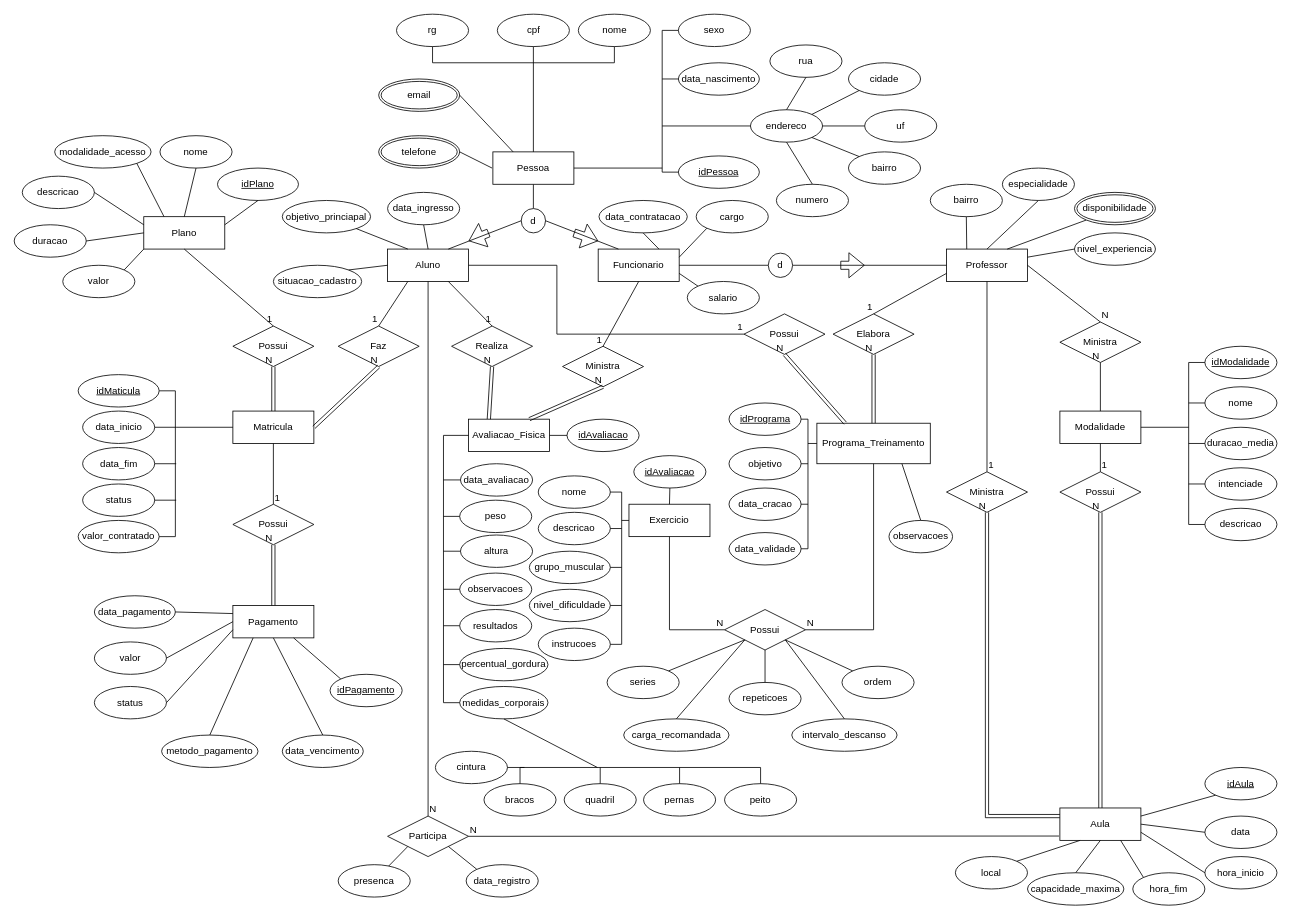
Before: EER_Academia.drawio in NickPotato/Trabalho-A3---Banco-de-Dados, a draw.io diagram. Source tidied: cells renumbered, new cells numbered last; positions are measured from the earlier drawing's top-left corner, leaving out a move shared by most shapes. Both pictures are drawn from the tidied source at 81%, with x=0, y=0 at pixel (14, 14).
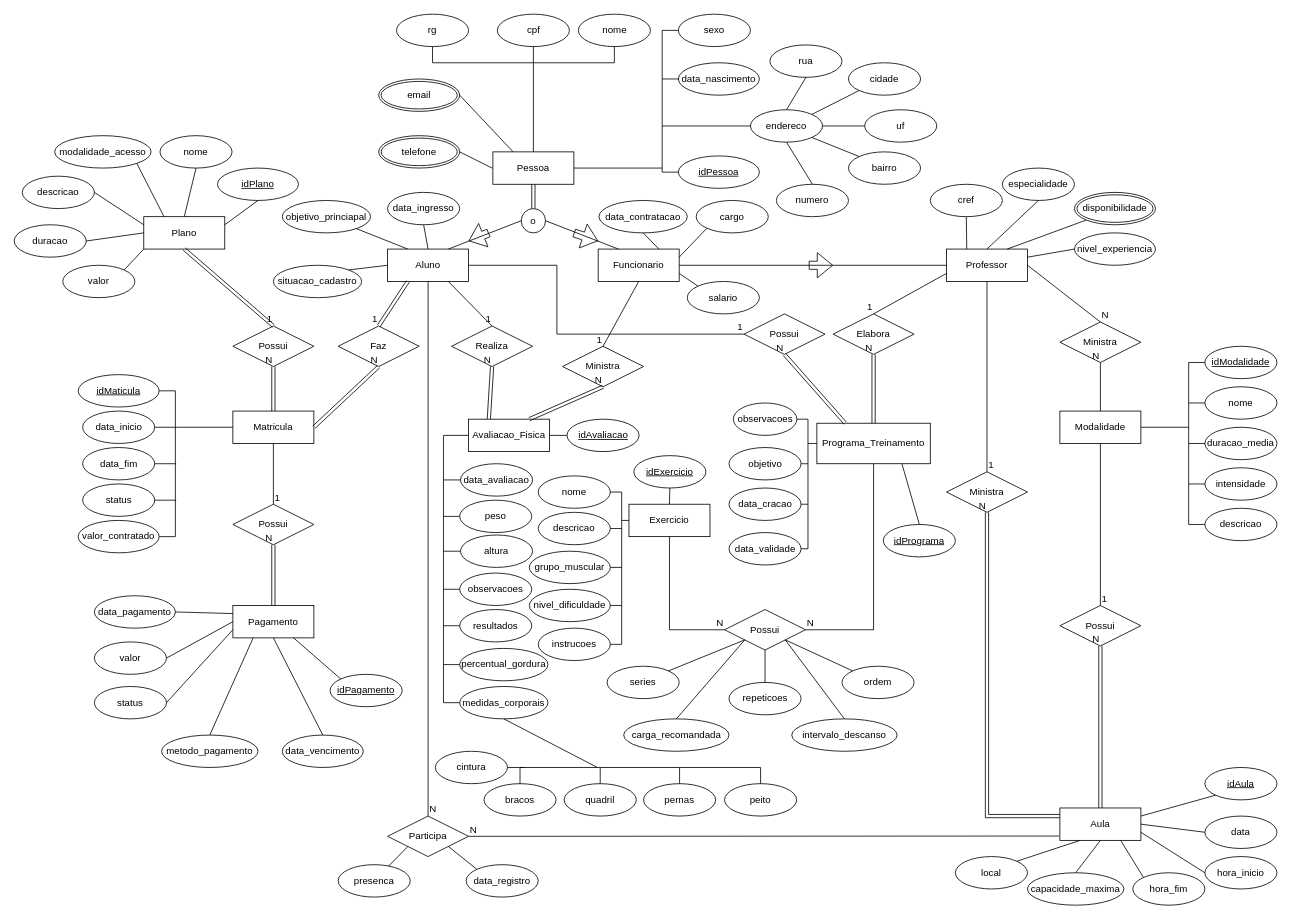
Above is the later version.

Commit message:
Fix: resolvendo algumas imprecisões simples

The change refers to these unchanged cells:
```xml
<mxCell id="3" value="Pessoa" style="whiteSpace=wrap;html=1;align=center;" parent="1" vertex="1">
  <mxGeometry x="591" y="170" width="100" height="40" as="geometry" />
</mxCell>
<mxCell id="4" value="Aluno" style="whiteSpace=wrap;html=1;align=center;" parent="1" vertex="1">
  <mxGeometry x="461" y="290" width="100" height="40" as="geometry" />
</mxCell>
<mxCell id="5" value="Funcionario" style="whiteSpace=wrap;html=1;align=center;" parent="1" vertex="1">
  <mxGeometry x="721" y="290" width="100" height="40" as="geometry" />
</mxCell>
<mxCell id="6" value="Professor" style="whiteSpace=wrap;html=1;align=center;" parent="1" vertex="1">
  <mxGeometry x="1151" y="290" width="100" height="40" as="geometry" />
</mxCell>
<mxCell id="7" value="Plano" style="whiteSpace=wrap;html=1;align=center;" parent="1" vertex="1">
  <mxGeometry x="160" y="250" width="100" height="40" as="geometry" />
</mxCell>
<mxCell id="12" value="Programa_Treinamento" style="whiteSpace=wrap;html=1;align=center;" parent="1" vertex="1">
  <mxGeometry x="991" y="505" width="140" height="50" as="geometry" />
</mxCell>
<mxCell id="16" value="Possui" style="shape=rhombus;perimeter=rhombusPerimeter;whiteSpace=wrap;html=1;align=center;" parent="1" vertex="1">
  <mxGeometry x="270" y="385" width="100" height="50" as="geometry" />
</mxCell>
<mxCell id="17" value="Faz" style="shape=rhombus;perimeter=rhombusPerimeter;whiteSpace=wrap;html=1;align=center;" parent="1" vertex="1">
  <mxGeometry x="400" y="385" width="100" height="50" as="geometry" />
</mxCell>
<mxCell id="191" value="data_validade" style="ellipse;whiteSpace=wrap;html=1;align=center;" parent="1" vertex="1">
  <mxGeometry x="882.5" y="640" width="89" height="40" as="geometry" />
</mxCell>
```

Diff of the diagram source:
```diff
@@
-    <mxCell id="2" style="rounded=0;jettySize=auto;html=1;defaultLabelBackgroundColor=page;labelPadding=0 4;endArrow=none;endFill=0;entryX=0.5;entryY=1;entryDx=0;entryDy=0;exitX=0.5;exitY=0;exitDx=0;exitDy=0;" parent="1" edge="1" source="26" target="3">
-      <mxGeometry relative="1" as="geometry" />
-    </mxCell>
@@
-    <mxCell id="20" style="endArrow=none;html=1;rounded=0;defaultLabelBackgroundColor=page;labelPadding=0 4;exitX=0.25;exitY=1;exitDx=0;exitDy=0;entryX=0.5;entryY=0;entryDx=0;entryDy=0;" parent="1" edge="1" source="4" target="17">
-      <mxGeometry relative="1" as="geometry" />
-    </mxCell>
-    <mxCell id="21" value="1" style="html=1;whiteSpace=wrap;align=right;verticalAlign=bottom;" parent="20" vertex="1">
-      <mxGeometry x="0.99" relative="1" as="geometry">
-        <mxPoint y="1" as="offset" />
-      </mxGeometry>
-    </mxCell>
@@
-    <mxCell id="24" style="endArrow=none;html=1;rounded=0;defaultLabelBackgroundColor=page;labelPadding=0 4;exitX=0.5;exitY=1;exitDx=0;exitDy=0;entryX=0.5;entryY=0;entryDx=0;entryDy=0;" parent="1" edge="1" source="7" target="16">
-      <mxGeometry relative="1" as="geometry" />
-    </mxCell>
-    <mxCell id="25" value="1" style="html=1;whiteSpace=wrap;align=right;verticalAlign=bottom;" parent="24" vertex="1">
-      <mxGeometry x="1" relative="1" as="geometry" />
-    </mxCell>
-    <mxCell id="26" value="d" style="ellipse;whiteSpace=wrap;html=1;shapeInside=1;" parent="1" vertex="1">
+    <mxCell id="26" value="o" style="ellipse;whiteSpace=wrap;html=1;shapeInside=1;" parent="1" vertex="1">
       <mxGeometry x="626" y="240" width="30" height="30" as="geometry" />
     </mxCell>
@@
     <mxCell id="48" value="Possui" style="shape=rhombus;perimeter=rhombusPerimeter;whiteSpace=wrap;html=1;align=center;" parent="1" vertex="1">
-      <mxGeometry x="1291" y="565" width="100" height="50" as="geometry" />
+      <mxGeometry x="1291" y="730" width="100" height="50" as="geometry" />
     </mxCell>
@@
-    <mxCell id="155" style="rounded=0;jettySize=auto;html=1;defaultLabelBackgroundColor=page;labelPadding=0 4;endArrow=none;endFill=0;exitX=1;exitY=0.5;exitDx=0;exitDy=0;entryX=0;entryY=0.5;entryDx=0;entryDy=0;" parent="1" edge="1" source="157" target="6">
+    <mxCell id="155" style="rounded=0;jettySize=auto;html=1;defaultLabelBackgroundColor=page;labelPadding=0 4;endArrow=none;endFill=0;exitX=1;exitY=0.5;exitDx=0;exitDy=0;entryX=0;entryY=0.5;entryDx=0;entryDy=0;" parent="1" edge="1" source="5" target="6">
       <mxGeometry relative="1" as="geometry" />
     </mxCell>
-    <mxCell id="156" style="rounded=0;jettySize=auto;html=1;defaultLabelBackgroundColor=page;labelPadding=0 4;endArrow=none;endFill=0;exitX=1;exitY=0.5;exitDx=0;exitDy=0;entryX=0;entryY=0.5;entryDx=0;entryDy=0;" parent="1" edge="1" source="5" target="157">
-      <mxGeometry relative="1" as="geometry" />
-    </mxCell>
-    <mxCell id="157" value="d" style="ellipse;whiteSpace=wrap;html=1;shapeInside=1;" parent="1" vertex="1">
-      <mxGeometry x="931" y="295" width="30" height="30" as="geometry" />
-    </mxCell>
     <mxCell id="158" style="shape=flexArrow;endArrow=classic;html=1;rounded=0;defaultLabelBackgroundColor=page;labelPadding=0 4;" parent="1" edge="1">
       <mxGeometry relative="1" as="geometry">
-        <mxPoint x="1020" y="310" as="sourcePoint" />
-        <mxPoint x="1050" y="310" as="targetPoint" />
+        <mxPoint x="981" y="310" as="sourcePoint" />
+        <mxPoint x="1011" y="310" as="targetPoint" />
       </mxGeometry>
     </mxCell>
-    <mxCell id="159" value="bairro" style="ellipse;whiteSpace=wrap;html=1;align=center;" parent="1" vertex="1">
+    <mxCell id="159" value="cref" style="ellipse;whiteSpace=wrap;html=1;align=center;" parent="1" vertex="1">
       <mxGeometry x="1131" y="210" width="89" height="40" as="geometry" />
     </mxCell>
@@
-    <mxCell id="170" value="intenciade" style="ellipse;whiteSpace=wrap;html=1;align=center;" parent="1" vertex="1">
+    <mxCell id="170" value="intensidade" style="ellipse;whiteSpace=wrap;html=1;align=center;" parent="1" vertex="1">
       <mxGeometry x="1470" y="560" width="89" height="40" as="geometry" />
     </mxCell>
@@
-    <mxCell id="188" value="idPrograma" style="ellipse;whiteSpace=wrap;html=1;align=center;fontStyle=4;" parent="1" vertex="1">
-      <mxGeometry x="882.5" y="480" width="89" height="40" as="geometry" />
-    </mxCell>
@@
-    <mxCell id="192" value="observacoes" style="ellipse;whiteSpace=wrap;html=1;align=center;" parent="1" vertex="1">
-      <mxGeometry x="1080" y="625" width="78.5" height="40" as="geometry" />
-    </mxCell>
-    <mxCell id="193" style="rounded=0;jettySize=auto;html=1;defaultLabelBackgroundColor=page;labelPadding=0 4;endArrow=none;endFill=0;entryX=1;entryY=0.5;entryDx=0;entryDy=0;exitX=1;exitY=0.5;exitDx=0;exitDy=0;edgeStyle=orthogonalEdgeStyle;" parent="1" edge="1" source="188" target="191">
-      <mxGeometry relative="1" as="geometry">
+    <mxCell id="193" style="rounded=0;jettySize=auto;html=1;defaultLabelBackgroundColor=page;labelPadding=0 4;endArrow=none;endFill=0;entryX=1;entryY=0.5;entryDx=0;entryDy=0;exitX=1;exitY=0.5;exitDx=0;exitDy=0;edgeStyle=orthogonalEdgeStyle;" parent="1" edge="1" source="192" target="191">
+      <mxGeometry x="0.06" relative="1" as="geometry">
         <Array as="points">
+          <mxPoint x="966.3" y="500" />
           <mxPoint x="980" y="500" />
           <mxPoint x="980" y="660" />
         </Array>
       </mxGeometry>
     </mxCell>
@@
-    <mxCell id="196" style="rounded=0;jettySize=auto;html=1;defaultLabelBackgroundColor=page;labelPadding=0 4;endArrow=none;endFill=0;exitX=0.75;exitY=1;exitDx=0;exitDy=0;entryX=0.5;entryY=0;entryDx=0;entryDy=0;" parent="1" edge="1" source="12" target="192">
+    <mxCell id="196" style="rounded=0;jettySize=auto;html=1;defaultLabelBackgroundColor=page;labelPadding=0 4;endArrow=none;endFill=0;exitX=0.75;exitY=1;exitDx=0;exitDy=0;entryX=0.5;entryY=0;entryDx=0;entryDy=0;" parent="1" edge="1" source="12" target="188">
       <mxGeometry x="-0.01" relative="1" as="geometry" />
     </mxCell>
@@
-    <mxCell id="206" value="idAvaliacao" style="ellipse;whiteSpace=wrap;html=1;align=center;fontStyle=4;" parent="1" vertex="1">
+    <mxCell id="206" value="idExercicio" style="ellipse;whiteSpace=wrap;html=1;align=center;fontStyle=4;" parent="1" vertex="1">
       <mxGeometry x="765" y="545" width="89" height="40" as="geometry" />
     </mxCell>
@@
+    <mxCell id="249" style="shape=link;html=1;rounded=0;defaultLabelBackgroundColor=page;labelPadding=0 4;exitX=0.5;exitY=1;exitDx=0;exitDy=0;entryX=0.5;entryY=0;entryDx=0;entryDy=0;" parent="1" edge="1" source="3" target="26">
+      <mxGeometry relative="1" as="geometry" />
+    </mxCell>
+    <mxCell id="188" value="idPrograma" style="ellipse;whiteSpace=wrap;html=1;align=center;fontStyle=4;" parent="1" vertex="1">
+      <mxGeometry x="1073" y="630" width="89" height="40" as="geometry" />
+    </mxCell>
+    <mxCell id="192" value="observacoes" style="ellipse;whiteSpace=wrap;html=1;align=center;" parent="1" vertex="1">
+      <mxGeometry x="887.8" y="480" width="78.5" height="40" as="geometry" />
+    </mxCell>
+    <mxCell id="24" style="shape=link;html=1;rounded=0;defaultLabelBackgroundColor=page;labelPadding=0 4;exitX=0.5;exitY=1;exitDx=0;exitDy=0;entryX=0.5;entryY=0;entryDx=0;entryDy=0;" parent="1" edge="1" source="7" target="16">
+      <mxGeometry relative="1" as="geometry" />
+    </mxCell>
+    <mxCell id="250" value="1" style="html=1;whiteSpace=wrap;align=right;verticalAlign=bottom;" parent="24" vertex="1">
+      <mxGeometry x="1" relative="1" as="geometry" />
+    </mxCell>
+    <mxCell id="20" style="shape=link;html=1;rounded=0;defaultLabelBackgroundColor=page;labelPadding=0 4;exitX=0.25;exitY=1;exitDx=0;exitDy=0;entryX=0.5;entryY=0;entryDx=0;entryDy=0;" parent="1" edge="1" source="4" target="17">
+      <mxGeometry relative="1" as="geometry" />
+    </mxCell>
+    <mxCell id="251" value="1" style="html=1;whiteSpace=wrap;align=right;verticalAlign=bottom;" parent="20" vertex="1">
+      <mxGeometry x="1" relative="1" as="geometry" />
+    </mxCell>
```
